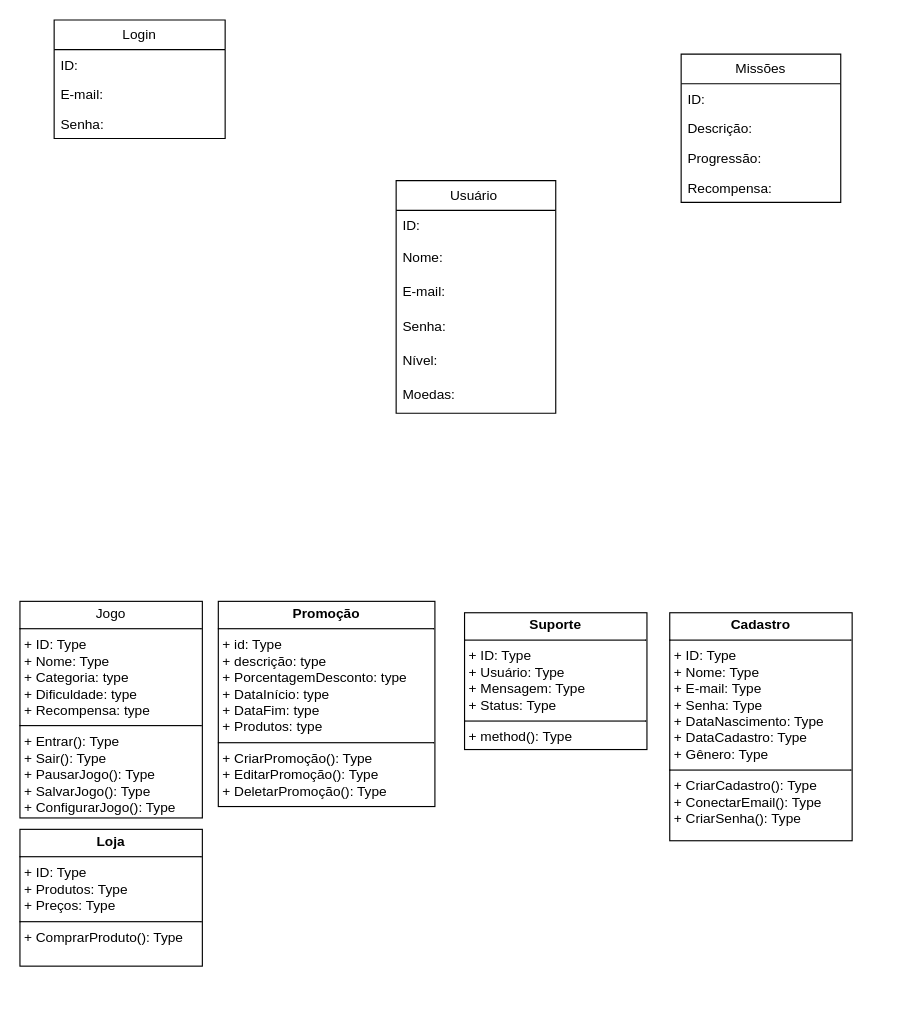
Emerson0914/diagramasderequisitos keeps this draw.io diagram as page "Página-5" (5 of 5) of Diagrama sem nome.drawio. Above is the earlier version. Source tidied: cells renumbered, new cells numbered last; positions are measured from the earlier drawing's top-left corner, leaving out a move shared by most shapes. Both pictures are drawn from the tidied source at 114%, with x=0, y=0 at pixel (19, 19).
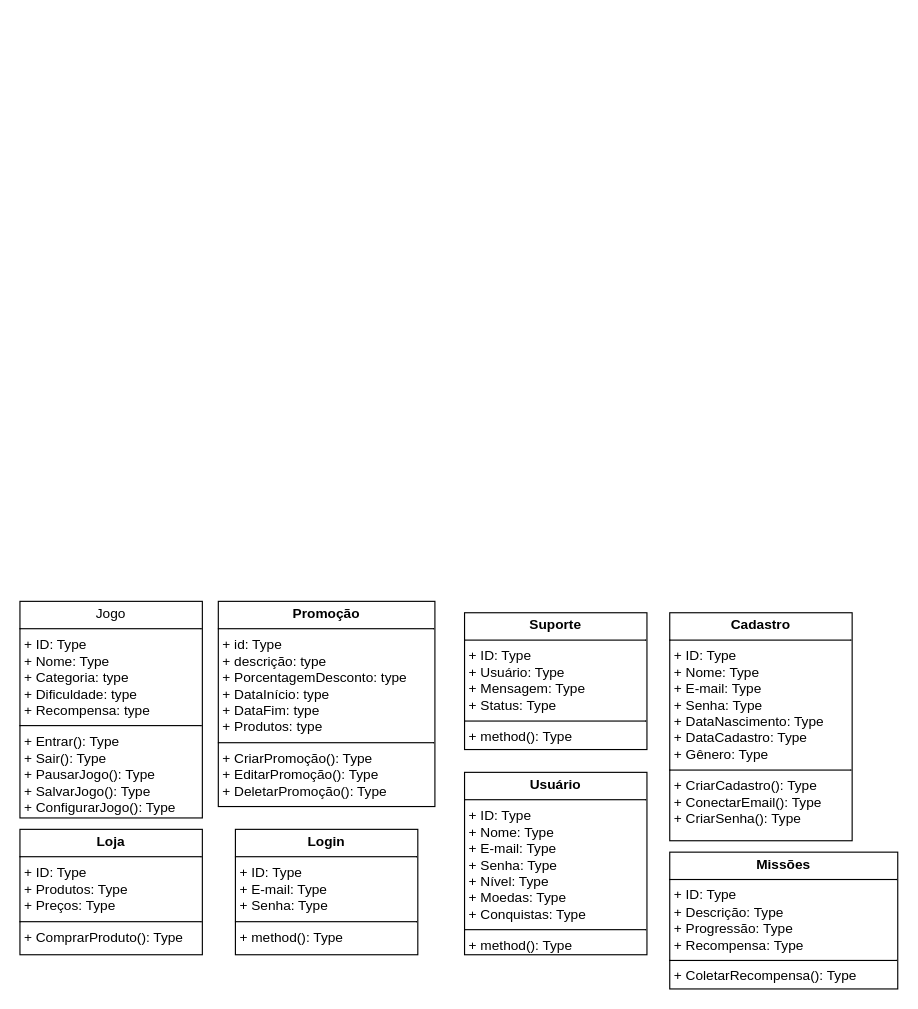
After the change.

Diff of the diagram source:
```diff
@@
-    <mxCell id="2" value="Usuário&amp;nbsp;" style="swimlane;fontStyle=0;horizontal=1;startSize=26;fillColor=none;whiteSpace=wrap;html=1;" parent="1" vertex="1">
-      <mxGeometry x="330" y="141" width="140" height="204" as="geometry" />
-    </mxCell>
-    <mxCell id="3" value="ID:" style="text;strokeColor=none;fillColor=none;align=left;verticalAlign=top;spacingLeft=4;spacingRight=4;overflow=hidden;whiteSpace=wrap;html=1;" parent="2" vertex="1">
-      <mxGeometry y="26" width="140" height="28" as="geometry" />
-    </mxCell>
-    <mxCell id="4" value="Nome:" style="text;strokeColor=none;fillColor=none;align=left;verticalAlign=top;spacingLeft=4;spacingRight=4;overflow=hidden;whiteSpace=wrap;html=1;" parent="2" vertex="1">
-      <mxGeometry y="54" width="140" height="30" as="geometry" />
-    </mxCell>
-    <mxCell id="5" value="E-mail:" style="text;strokeColor=none;fillColor=none;align=left;verticalAlign=top;spacingLeft=4;spacingRight=4;overflow=hidden;whiteSpace=wrap;html=1;" parent="2" vertex="1">
-      <mxGeometry y="84" width="140" height="30" as="geometry" />
-    </mxCell>
-    <mxCell id="6" value="Senha:" style="text;strokeColor=none;fillColor=none;align=left;verticalAlign=top;spacingLeft=4;spacingRight=4;overflow=hidden;whiteSpace=wrap;html=1;" parent="2" vertex="1">
-      <mxGeometry y="114" width="140" height="30" as="geometry" />
-    </mxCell>
-    <mxCell id="7" value="Nível:" style="text;strokeColor=none;fillColor=none;align=left;verticalAlign=top;spacingLeft=4;spacingRight=4;overflow=hidden;whiteSpace=wrap;html=1;" parent="2" vertex="1">
-      <mxGeometry y="144" width="140" height="30" as="geometry" />
-    </mxCell>
-    <mxCell id="8" value="Moedas:" style="text;strokeColor=none;fillColor=none;align=left;verticalAlign=top;spacingLeft=4;spacingRight=4;overflow=hidden;whiteSpace=wrap;html=1;" parent="2" vertex="1">
-      <mxGeometry y="174" width="140" height="30" as="geometry" />
-    </mxCell>
-    <mxCell id="9" value="Missões" style="swimlane;fontStyle=0;horizontal=1;startSize=26;fillColor=none;whiteSpace=wrap;html=1;" parent="1" vertex="1">
-      <mxGeometry x="580" y="30" width="140" height="130" as="geometry" />
-    </mxCell>
-    <mxCell id="10" value="ID:" style="text;strokeColor=none;fillColor=none;align=left;verticalAlign=top;spacingLeft=4;spacingRight=4;overflow=hidden;whiteSpace=wrap;html=1;" parent="9" vertex="1">
-      <mxGeometry y="26" width="140" height="26" as="geometry" />
-    </mxCell>
-    <mxCell id="11" value="Descrição:" style="text;strokeColor=none;fillColor=none;align=left;verticalAlign=top;spacingLeft=4;spacingRight=4;overflow=hidden;whiteSpace=wrap;html=1;" parent="9" vertex="1">
-      <mxGeometry y="52" width="140" height="26" as="geometry" />
-    </mxCell>
-    <mxCell id="12" value="Progressão:" style="text;strokeColor=none;fillColor=none;align=left;verticalAlign=top;spacingLeft=4;spacingRight=4;overflow=hidden;whiteSpace=wrap;html=1;" parent="9" vertex="1">
-      <mxGeometry y="78" width="140" height="26" as="geometry" />
-    </mxCell>
-    <mxCell id="13" value="Recompensa:" style="text;strokeColor=none;fillColor=none;align=left;verticalAlign=top;spacingLeft=4;spacingRight=4;overflow=hidden;whiteSpace=wrap;html=1;" parent="9" vertex="1">
-      <mxGeometry y="104" width="140" height="26" as="geometry" />
-    </mxCell>
-    <mxCell id="14" value="Login" style="swimlane;fontStyle=0;horizontal=1;startSize=26;fillColor=none;whiteSpace=wrap;html=1;" parent="1" vertex="1">
-      <mxGeometry x="30" width="150" height="104" as="geometry" />
-    </mxCell>
-    <mxCell id="15" value="ID:" style="text;strokeColor=none;fillColor=none;align=left;verticalAlign=top;spacingLeft=4;spacingRight=4;overflow=hidden;whiteSpace=wrap;html=1;" parent="14" vertex="1">
-      <mxGeometry y="26" width="150" height="26" as="geometry" />
-    </mxCell>
-    <mxCell id="16" value="E-mail:" style="text;strokeColor=none;fillColor=none;align=left;verticalAlign=top;spacingLeft=4;spacingRight=4;overflow=hidden;whiteSpace=wrap;html=1;" parent="14" vertex="1">
-      <mxGeometry y="52" width="150" height="26" as="geometry" />
-    </mxCell>
-    <mxCell id="17" value="Senha:" style="text;strokeColor=none;fillColor=none;align=left;verticalAlign=top;spacingLeft=4;spacingRight=4;overflow=hidden;whiteSpace=wrap;html=1;" parent="14" vertex="1">
-      <mxGeometry y="78" width="150" height="26" as="geometry" />
-    </mxCell>
@@
     <mxCell id="22" value="&lt;p style=&quot;margin:0px;margin-top:4px;text-align:center;&quot;&gt;&lt;b&gt;Loja&lt;/b&gt;&lt;/p&gt;&lt;hr size=&quot;1&quot; style=&quot;border-style:solid;&quot;&gt;&lt;p style=&quot;margin:0px;margin-left:4px;&quot;&gt;+ ID: Type&lt;/p&gt;&lt;p style=&quot;margin:0px;margin-left:4px;&quot;&gt;+ Produtos: Type&lt;/p&gt;&lt;p style=&quot;margin:0px;margin-left:4px;&quot;&gt;+ Preços: Type&lt;/p&gt;&lt;hr size=&quot;1&quot; style=&quot;border-style:solid;&quot;&gt;&lt;p style=&quot;margin:0px;margin-left:4px;&quot;&gt;+ ComprarProduto(): Type&lt;/p&gt;" style="verticalAlign=top;align=left;overflow=fill;html=1;whiteSpace=wrap;" parent="1" vertex="1">
-      <mxGeometry y="710" width="160" height="120" as="geometry" />
+      <mxGeometry y="710" width="160" height="110" as="geometry" />
     </mxCell>
+    <mxCell id="23" value="&lt;p style=&quot;margin:0px;margin-top:4px;text-align:center;&quot;&gt;&lt;b&gt;Usuário&lt;/b&gt;&lt;/p&gt;&lt;hr size=&quot;1&quot; style=&quot;border-style:solid;&quot;&gt;&lt;p style=&quot;margin:0px;margin-left:4px;&quot;&gt;+ ID: Type&lt;/p&gt;&lt;p style=&quot;margin:0px;margin-left:4px;&quot;&gt;+ Nome: Type&lt;/p&gt;&lt;p style=&quot;margin:0px;margin-left:4px;&quot;&gt;+ E-mail: Type&lt;/p&gt;&lt;p style=&quot;margin:0px;margin-left:4px;&quot;&gt;+ Senha: Type&lt;/p&gt;&lt;p style=&quot;margin:0px;margin-left:4px;&quot;&gt;+ Nível: Type&lt;/p&gt;&lt;p style=&quot;margin:0px;margin-left:4px;&quot;&gt;+ Moedas: Type&lt;/p&gt;&lt;p style=&quot;margin:0px;margin-left:4px;&quot;&gt;+ Conquistas: Type&lt;/p&gt;&lt;hr size=&quot;1&quot; style=&quot;border-style:solid;&quot;&gt;&lt;p style=&quot;margin:0px;margin-left:4px;&quot;&gt;+ method(): Type&lt;/p&gt;" style="verticalAlign=top;align=left;overflow=fill;html=1;whiteSpace=wrap;" parent="1" vertex="1">
+      <mxGeometry x="390" y="660" width="160" height="160" as="geometry" />
+    </mxCell>
+    <mxCell id="24" value="&lt;p style=&quot;margin:0px;margin-top:4px;text-align:center;&quot;&gt;&lt;b&gt;Login&lt;/b&gt;&lt;/p&gt;&lt;hr size=&quot;1&quot; style=&quot;border-style:solid;&quot;&gt;&lt;p style=&quot;margin:0px;margin-left:4px;&quot;&gt;+ ID: Type&lt;/p&gt;&lt;p style=&quot;margin:0px;margin-left:4px;&quot;&gt;+ E-mail: Type&lt;/p&gt;&lt;p style=&quot;margin:0px;margin-left:4px;&quot;&gt;+ Senha: Type&lt;/p&gt;&lt;hr size=&quot;1&quot; style=&quot;border-style:solid;&quot;&gt;&lt;p style=&quot;margin:0px;margin-left:4px;&quot;&gt;+ method(): Type&lt;/p&gt;" style="verticalAlign=top;align=left;overflow=fill;html=1;whiteSpace=wrap;" parent="1" vertex="1">
+      <mxGeometry x="189" y="710" width="160" height="110" as="geometry" />
+    </mxCell>
+    <mxCell id="25" value="&lt;p style=&quot;margin:0px;margin-top:4px;text-align:center;&quot;&gt;&lt;b&gt;Missões&lt;/b&gt;&lt;/p&gt;&lt;hr size=&quot;1&quot; style=&quot;border-style:solid;&quot;&gt;&lt;p style=&quot;margin:0px;margin-left:4px;&quot;&gt;+ ID: Type&lt;/p&gt;&lt;p style=&quot;margin:0px;margin-left:4px;&quot;&gt;+ Descrição: Type&lt;/p&gt;&lt;p style=&quot;margin:0px;margin-left:4px;&quot;&gt;+ Progressão:&amp;nbsp;&lt;span style=&quot;background-color: transparent; color: light-dark(rgb(0, 0, 0), rgb(255, 255, 255));&quot;&gt;Type&lt;/span&gt;&lt;/p&gt;&lt;p style=&quot;margin:0px;margin-left:4px;&quot;&gt;&lt;span style=&quot;background-color: transparent; color: light-dark(rgb(0, 0, 0), rgb(255, 255, 255));&quot;&gt;+ Recompensa:&amp;nbsp;&lt;/span&gt;&lt;span style=&quot;background-color: transparent; color: light-dark(rgb(0, 0, 0), rgb(255, 255, 255));&quot;&gt;Type&lt;/span&gt;&lt;/p&gt;&lt;hr size=&quot;1&quot; style=&quot;border-style:solid;&quot;&gt;&lt;p style=&quot;margin:0px;margin-left:4px;&quot;&gt;+ ColetarRecompensa(): Type&lt;/p&gt;" style="verticalAlign=top;align=left;overflow=fill;html=1;whiteSpace=wrap;" parent="1" vertex="1">
+      <mxGeometry x="570" y="730" width="200" height="120" as="geometry" />
+    </mxCell>
```
